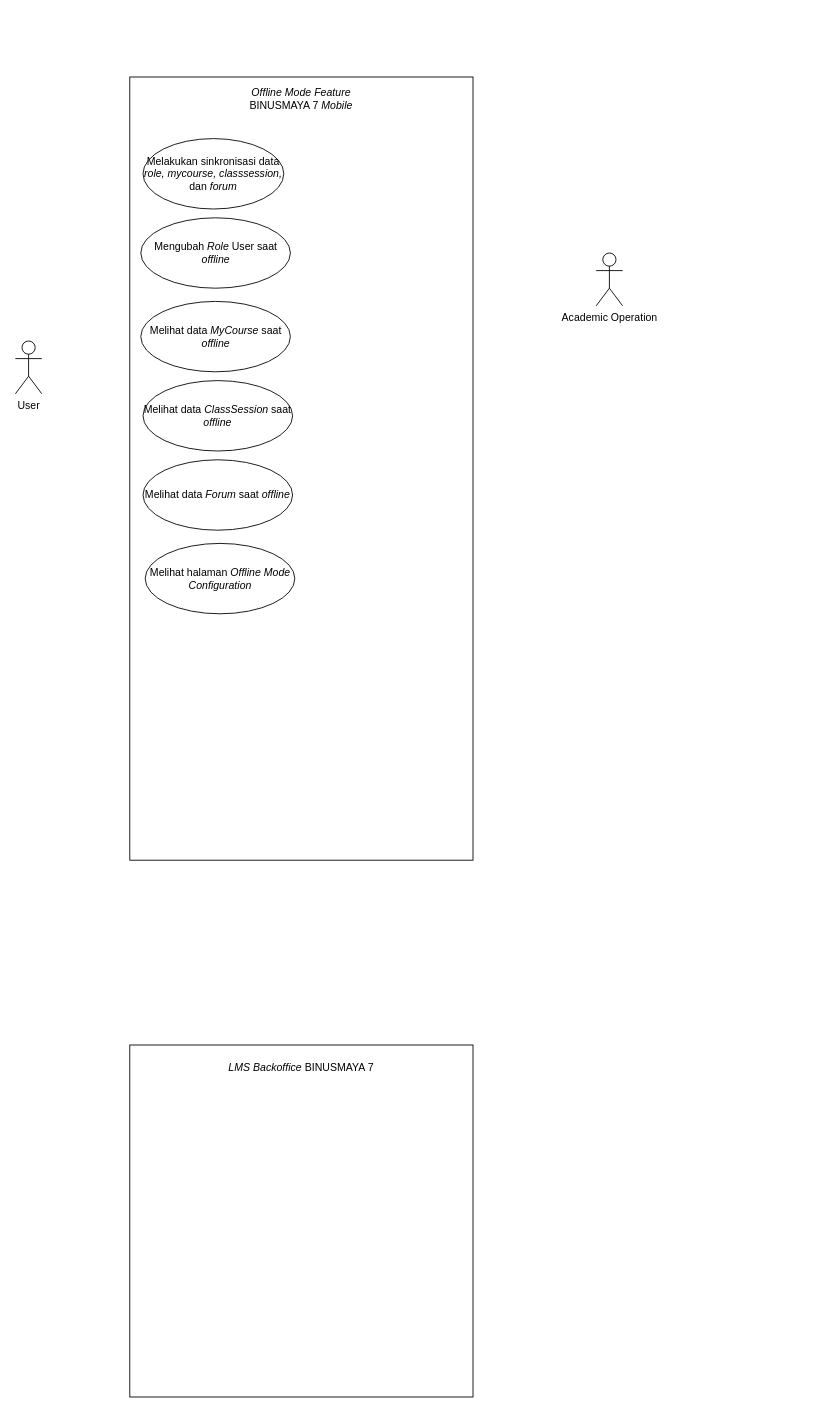
Before: diagrams/UseCase.drawio in angeliawidjaja/offline-mode-paper, a draw.io diagram. Source tidied: cells renumbered, new cells numbered last; positions are measured from the earlier drawing's top-left corner, leaving out a move shared by most shapes. Both pictures are drawn from the tidied source at 88%, with x=0, y=0 at pixel (15, 77).
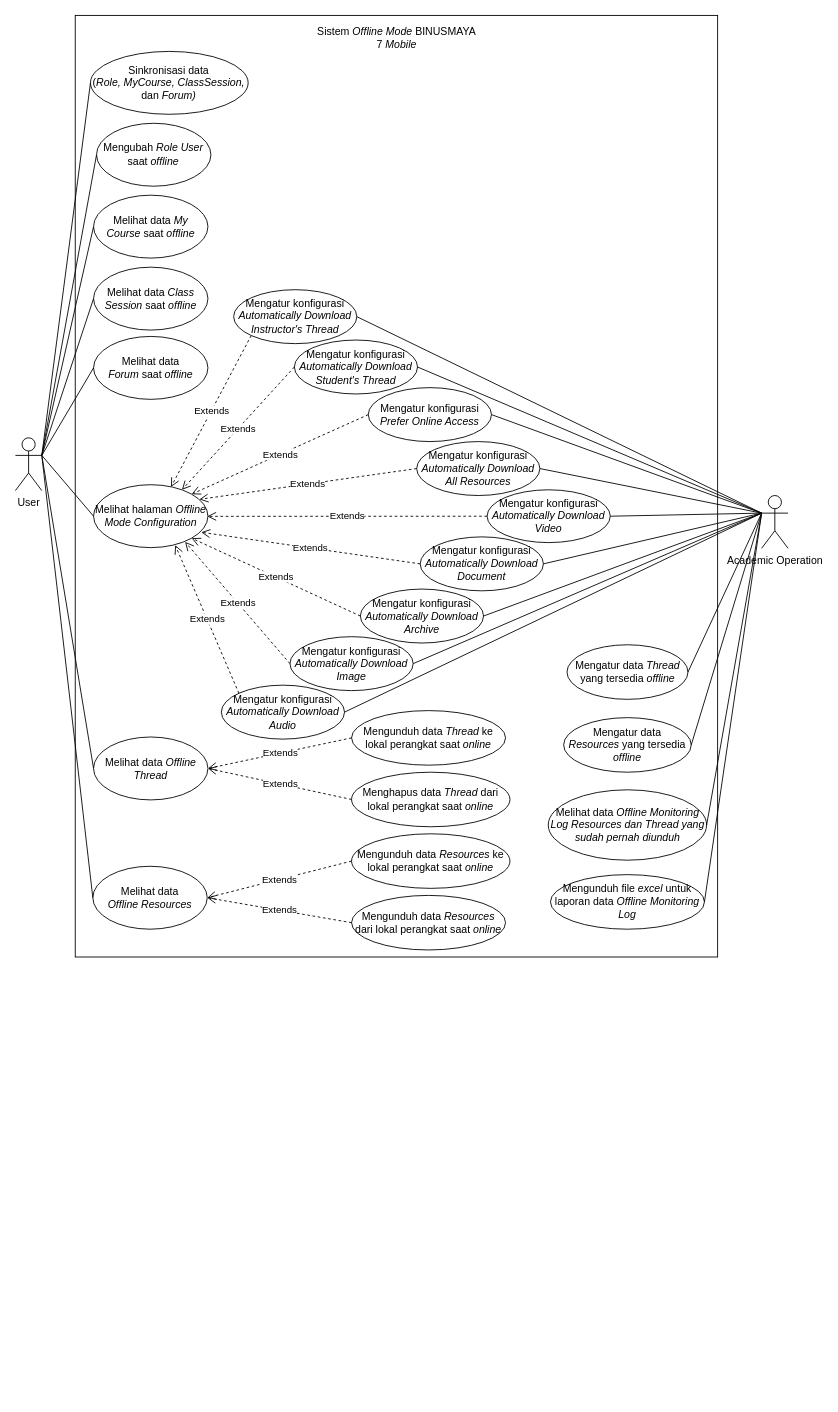
The same page after the edit.

The edit, as a diff of the source:
```diff
@@
     <mxCell id="2" value="User" style="shape=umlActor;verticalLabelPosition=bottom;verticalAlign=top;html=1;outlineConnect=0;" parent="1" vertex="1">
-      <mxGeometry y="300" width="30" height="60" as="geometry" />
+      <mxGeometry y="410" width="30" height="60" as="geometry" />
     </mxCell>
     <mxCell id="3" style="group;" parent="1" vertex="1">
-      <mxGeometry x="130" width="390" height="890" as="geometry" />
+      <mxGeometry x="68" y="-70" width="840" height="1070" as="geometry" />
     </mxCell>
-    <mxCell id="4" style="rounded=0;whiteSpace=wrap;html=1;" parent="3" vertex="1">
-      <mxGeometry width="390" height="890" as="geometry" />
+    <mxCell id="4" style="rounded=0;whiteSpace=wrap;html=1;flipH=1;" parent="3" vertex="1">
+      <mxGeometry width="730" height="1070" as="geometry" />
     </mxCell>
-    <mxCell id="5" value="&lt;i&gt;Offline Mode Feature &lt;/i&gt;BINUSMAYA 7 &lt;i&gt;Mobile&lt;/i&gt;" style="text;html=1;strokeColor=none;fillColor=none;align=center;verticalAlign=middle;whiteSpace=wrap;rounded=0;" parent="3" vertex="1">
-      <mxGeometry x="129" width="132" height="50" as="geometry" />
-    </mxCell>
-    <mxCell id="6" value="Melakukan sinkronisasi data &lt;i&gt;role, mycourse, classsession, &lt;/i&gt;dan&lt;i&gt;&amp;nbsp;forum&lt;/i&gt;" style="ellipse;whiteSpace=wrap;html=1;" parent="3" vertex="1">
-      <mxGeometry x="15" y="70" width="160" height="80" as="geometry" />
+    <mxCell id="6" value="Sinkronisasi data &lt;br&gt;(&lt;i&gt;Role, MyCourse, ClassSession, &lt;/i&gt;dan&lt;i&gt;&amp;nbsp;Forum)&lt;/i&gt;" style="ellipse;whiteSpace=wrap;html=1;" parent="3" vertex="1">
+      <mxGeometry x="17.3" y="40.9" width="179.2" height="71.5" as="geometry" />
     </mxCell>
     <mxCell id="7" value="Melihat halaman &lt;i&gt;Offline Mode Configuration&lt;/i&gt;" style="ellipse;whiteSpace=wrap;html=1;" parent="3" vertex="1">
-      <mxGeometry x="17.5" y="530" width="170" height="80" as="geometry" />
+      <mxGeometry x="20.8" y="533.3" width="130" height="71.5" as="geometry" />
     </mxCell>
-    <mxCell id="8" value="Mengubah &lt;i&gt;Role&lt;/i&gt;&amp;nbsp;User saat &lt;i&gt;offline&lt;/i&gt;" style="ellipse;whiteSpace=wrap;html=1;" parent="3" vertex="1">
-      <mxGeometry x="12.5" y="160" width="170" height="80" as="geometry" />
+    <mxCell id="8" value="Mengubah &lt;i&gt;Role&lt;/i&gt;&amp;nbsp;&lt;i&gt;User &lt;/i&gt;saat &lt;i&gt;offline&lt;/i&gt;" style="ellipse;whiteSpace=wrap;html=1;" parent="3" vertex="1">
+      <mxGeometry x="24.2" y="122.6" width="130" height="71.5" as="geometry" />
     </mxCell>
-    <mxCell id="9" value="Melihat data &lt;i&gt;MyCourse&amp;nbsp;&lt;/i&gt;saat &lt;i&gt;offline&lt;/i&gt;" style="ellipse;whiteSpace=wrap;html=1;" parent="3" vertex="1">
-      <mxGeometry x="12.5" y="255" width="170" height="80" as="geometry" />
+    <mxCell id="9" value="Melihat data &lt;i&gt;My Course&amp;nbsp;&lt;/i&gt;saat &lt;i&gt;offline&lt;/i&gt;" style="ellipse;whiteSpace=wrap;html=1;" parent="3" vertex="1">
+      <mxGeometry x="20.8" y="204.3" width="130" height="71.5" as="geometry" />
     </mxCell>
-    <mxCell id="10" value="Melihat data &lt;i&gt;ClassSession&amp;nbsp;&lt;/i&gt;saat &lt;i&gt;offline&lt;/i&gt;" style="ellipse;whiteSpace=wrap;html=1;" parent="3" vertex="1">
-      <mxGeometry x="15" y="345" width="170" height="80" as="geometry" />
+    <mxCell id="10" value="Melihat data &lt;i&gt;Class Session&amp;nbsp;&lt;/i&gt;saat &lt;i&gt;offline&lt;/i&gt;" style="ellipse;whiteSpace=wrap;html=1;" parent="3" vertex="1">
+      <mxGeometry x="20.8" y="286.1" width="130" height="71.5" as="geometry" />
     </mxCell>
     <mxCell id="11" value="Melihat data &lt;i&gt;Forum&amp;nbsp;&lt;/i&gt;saat &lt;i&gt;offline&lt;/i&gt;" style="ellipse;whiteSpace=wrap;html=1;" parent="3" vertex="1">
-      <mxGeometry x="15" y="435" width="170" height="80" as="geometry" />
+      <mxGeometry x="20.8" y="364.8" width="130" height="71.5" as="geometry" />
     </mxCell>
-    <mxCell id="12" style="group;" parent="1" vertex="1">
-      <mxGeometry x="130" y="1100" width="390" height="400" as="geometry" />
-    </mxCell>
-    <mxCell id="13" style="rounded=0;whiteSpace=wrap;html=1;" parent="12" vertex="1">
-      <mxGeometry width="390" height="400" as="geometry" />
-    </mxCell>
-    <mxCell id="14" value="&lt;i&gt;LMS Backoffice &lt;/i&gt;BINUSMAYA 7" style="text;html=1;strokeColor=none;fillColor=none;align=center;verticalAlign=middle;whiteSpace=wrap;rounded=0;" parent="12" vertex="1">
-      <mxGeometry x="107.2" width="175.5" height="52.2" as="geometry" />
-    </mxCell>
+    <mxCell id="16" value="Melihat data &lt;i&gt;Offline Thread&lt;/i&gt;" style="ellipse;whiteSpace=wrap;html=1;" parent="3" vertex="1">
+      <mxGeometry x="20.8" y="820" width="130" height="71.5" as="geometry" />
+    </mxCell>
+    <mxCell id="17" value="Melihat data &lt;i&gt;Offline&amp;nbsp;Resources&lt;/i&gt;" style="ellipse;whiteSpace=wrap;html=1;" parent="3" vertex="1">
+      <mxGeometry x="20" y="966.9" width="130" height="71.5" as="geometry" />
+    </mxCell>
+    <mxCell id="18" value="Mengatur konfigurasi &lt;i&gt;Automatically Download Instructor's Thread&lt;/i&gt;" style="ellipse;whiteSpace=wrap;html=1;" parent="3" vertex="1">
+      <mxGeometry x="180" y="311.7" width="140" height="61.3" as="geometry" />
+    </mxCell>
+    <mxCell id="19" value="Mengatur konfigurasi &lt;i&gt;Automatically Download Student's Thread&lt;/i&gt;" style="ellipse;whiteSpace=wrap;html=1;" parent="3" vertex="1">
+      <mxGeometry x="249" y="368.9" width="140" height="61.3" as="geometry" />
+    </mxCell>
+    <mxCell id="20" value="Mengatur konfigurasi &lt;i&gt;Automatically Download All Resources&lt;/i&gt;" style="ellipse;whiteSpace=wrap;html=1;" parent="3" vertex="1">
+      <mxGeometry x="388" y="484.3" width="140" height="61.3" as="geometry" />
+    </mxCell>
+    <mxCell id="21" value="Mengatur konfigurasi &lt;i&gt;Prefer Online Access&lt;/i&gt;" style="ellipse;whiteSpace=wrap;html=1;" parent="3" vertex="1">
+      <mxGeometry x="333" y="423" width="140" height="61.3" as="geometry" />
+    </mxCell>
+    <mxCell id="22" value="Mengatur konfigurasi &lt;i&gt;Automatically Download Archive&lt;/i&gt;" style="ellipse;whiteSpace=wrap;html=1;" parent="3" vertex="1">
+      <mxGeometry x="324" y="651.9" width="140" height="61.3" as="geometry" />
+    </mxCell>
+    <mxCell id="23" value="Mengatur konfigurasi &lt;i&gt;Automatically Download Document&lt;/i&gt;" style="ellipse;whiteSpace=wrap;html=1;" parent="3" vertex="1">
+      <mxGeometry x="392" y="592.6" width="140" height="61.3" as="geometry" />
+    </mxCell>
+    <mxCell id="24" value="Mengatur konfigurasi &lt;i&gt;Automatically Download Image&lt;/i&gt;" style="ellipse;whiteSpace=wrap;html=1;" parent="3" vertex="1">
+      <mxGeometry x="244" y="706" width="140" height="61.3" as="geometry" />
+    </mxCell>
+    <mxCell id="25" value="Mengatur konfigurasi &lt;i&gt;Automatically Download Audio&lt;/i&gt;" style="ellipse;whiteSpace=wrap;html=1;" parent="3" vertex="1">
+      <mxGeometry x="166" y="761.1" width="140" height="61.3" as="geometry" />
+    </mxCell>
+    <mxCell id="26" value="Extends" style="endArrow=open;endSize=8;endFill=0;html=1;rounded=0;dashed=1;exitX=0;exitY=1;exitDx=0;exitDy=0;strokeWidth=1;entryX=0.677;entryY=0.036;entryDx=0;entryDy=0;entryPerimeter=0;" parent="3" edge="1" source="18" target="7">
+      <mxGeometry relative="1" as="geometry" />
+    </mxCell>
+    <mxCell id="27" value="Extends" style="endArrow=open;endSize=8;endFill=0;html=1;rounded=0;dashed=1;exitX=0;exitY=0.5;exitDx=0;exitDy=0;entryX=0.773;entryY=0.081;entryDx=0;entryDy=0;strokeWidth=1;entryPerimeter=0;" parent="3" edge="1" source="19" target="7">
+      <mxGeometry relative="1" as="geometry" />
+    </mxCell>
+    <mxCell id="28" value="Extends" style="endArrow=open;endSize=8;endFill=0;html=1;rounded=0;dashed=1;exitX=0;exitY=0.5;exitDx=0;exitDy=0;entryX=1;entryY=0;entryDx=0;entryDy=0;strokeWidth=1;" parent="3" edge="1" source="21" target="7">
+      <mxGeometry relative="1" as="geometry" />
+    </mxCell>
+    <mxCell id="29" value="Extends" style="endArrow=open;endSize=8;endFill=0;html=1;rounded=0;dashed=1;exitX=0;exitY=0.5;exitDx=0;exitDy=0;entryX=0.925;entryY=0.233;entryDx=0;entryDy=0;strokeWidth=1;entryPerimeter=0;" parent="3" edge="1" source="20" target="7">
+      <mxGeometry relative="1" as="geometry" />
+    </mxCell>
+    <mxCell id="30" value="Extends" style="endArrow=open;endSize=8;endFill=0;html=1;rounded=0;dashed=1;exitX=0;exitY=0.5;exitDx=0;exitDy=0;entryX=0.941;entryY=0.756;entryDx=0;entryDy=0;strokeWidth=1;entryPerimeter=0;" parent="3" edge="1" source="23" target="7">
+      <mxGeometry relative="1" as="geometry" />
+    </mxCell>
+    <mxCell id="31" value="Extends" style="endArrow=open;endSize=8;endFill=0;html=1;rounded=0;dashed=1;exitX=0;exitY=0.5;exitDx=0;exitDy=0;entryX=1;entryY=1;entryDx=0;entryDy=0;strokeWidth=1;" parent="3" edge="1" source="22" target="7">
+      <mxGeometry relative="1" as="geometry" />
+    </mxCell>
+    <mxCell id="32" value="Extends" style="endArrow=open;endSize=8;endFill=0;html=1;rounded=0;dashed=1;exitX=0;exitY=0.5;exitDx=0;exitDy=0;entryX=0.8;entryY=0.908;entryDx=0;entryDy=0;strokeWidth=1;entryPerimeter=0;" parent="3" edge="1" source="24" target="7">
+      <mxGeometry relative="1" as="geometry" />
+    </mxCell>
+    <mxCell id="33" value="Extends" style="endArrow=open;endSize=8;endFill=0;html=1;rounded=0;dashed=1;exitX=0;exitY=0;exitDx=0;exitDy=0;entryX=0.714;entryY=0.96;entryDx=0;entryDy=0;strokeWidth=1;entryPerimeter=0;" parent="3" edge="1" source="25" target="7">
+      <mxGeometry relative="1" as="geometry" />
+    </mxCell>
+    <mxCell id="34" value="Mengatur konfigurasi &lt;i&gt;Automatically Download Video&lt;/i&gt;" style="ellipse;whiteSpace=wrap;html=1;" parent="3" vertex="1">
+      <mxGeometry x="468" y="539.1" width="140" height="60" as="geometry" />
+    </mxCell>
+    <mxCell id="35" value="Extends" style="endArrow=open;endSize=8;endFill=0;html=1;rounded=0;dashed=1;exitX=0;exitY=0.5;exitDx=0;exitDy=0;entryX=0.994;entryY=0.503;entryDx=0;entryDy=0;strokeWidth=1;entryPerimeter=0;" parent="3" edge="1" source="34" target="7">
+      <mxGeometry relative="1" as="geometry" />
+    </mxCell>
+    <mxCell id="36" value="Mengunduh data &lt;i&gt;Thread &lt;/i&gt;ke lokal perangkat saat &lt;i&gt;online&lt;/i&gt;" style="ellipse;whiteSpace=wrap;html=1;" parent="3" vertex="1">
+      <mxGeometry x="314" y="790" width="175" height="62" as="geometry" />
+    </mxCell>
+    <mxCell id="37" value="Mengunduh data &lt;i&gt;Resources &lt;/i&gt;ke lokal perangkat saat &lt;i&gt;online&lt;/i&gt;" style="ellipse;whiteSpace=wrap;html=1;" parent="3" vertex="1">
+      <mxGeometry x="314" y="930" width="180" height="62" as="geometry" />
+    </mxCell>
+    <mxCell id="38" value="Menghapus data &lt;i&gt;Thread &lt;/i&gt;dari lokal perangkat saat &lt;i&gt;online&lt;/i&gt;" style="ellipse;whiteSpace=wrap;html=1;" parent="3" vertex="1">
+      <mxGeometry x="314" y="860" width="180" height="62" as="geometry" />
+    </mxCell>
+    <mxCell id="39" value="Extends" style="endArrow=open;endSize=8;endFill=0;html=1;rounded=0;dashed=1;exitX=0;exitY=0.5;exitDx=0;exitDy=0;entryX=1;entryY=0.5;entryDx=0;entryDy=0;strokeWidth=1;" parent="3" edge="1" source="36" target="16">
+      <mxGeometry relative="1" as="geometry" />
+    </mxCell>
+    <mxCell id="40" value="Extends" style="endArrow=open;endSize=8;endFill=0;html=1;rounded=0;dashed=1;exitX=0;exitY=0.5;exitDx=0;exitDy=0;entryX=1;entryY=0.5;entryDx=0;entryDy=0;strokeWidth=1;" parent="3" edge="1" source="38" target="16">
+      <mxGeometry relative="1" as="geometry" />
+    </mxCell>
+    <mxCell id="41" value="Mengunduh data &lt;i&gt;Resources &lt;/i&gt;dari lokal perangkat saat &lt;i&gt;online&lt;/i&gt;" style="ellipse;whiteSpace=wrap;html=1;" parent="3" vertex="1">
+      <mxGeometry x="314" y="1000" width="175" height="62" as="geometry" />
+    </mxCell>
+    <mxCell id="42" value="Extends" style="endArrow=open;endSize=8;endFill=0;html=1;rounded=0;dashed=1;exitX=0;exitY=0.5;exitDx=0;exitDy=0;entryX=1;entryY=0.5;entryDx=0;entryDy=0;strokeWidth=1;" parent="3" edge="1" source="37" target="17">
+      <mxGeometry relative="1" as="geometry" />
+    </mxCell>
+    <mxCell id="43" value="Extends" style="endArrow=open;endSize=8;endFill=0;html=1;rounded=0;dashed=1;exitX=0;exitY=0.5;exitDx=0;exitDy=0;entryX=1;entryY=0.5;entryDx=0;entryDy=0;strokeWidth=1;" parent="3" edge="1" source="41" target="17">
+      <mxGeometry relative="1" as="geometry" />
+    </mxCell>
+    <mxCell id="44" value="Mengatur data &lt;i&gt;Thread &lt;/i&gt;yang tersedia &lt;i&gt;offline&lt;/i&gt;" style="ellipse;whiteSpace=wrap;html=1;" parent="3" vertex="1">
+      <mxGeometry x="558.8" y="715.2" width="137.5" height="62" as="geometry" />
+    </mxCell>
+    <mxCell id="45" value="Mengatur data &lt;i&gt;Resources&amp;nbsp;&lt;/i&gt;yang tersedia &lt;i&gt;offline&lt;/i&gt;" style="ellipse;whiteSpace=wrap;html=1;" parent="3" vertex="1">
+      <mxGeometry x="555" y="798" width="145" height="62" as="geometry" />
+    </mxCell>
+    <mxCell id="46" value="Melihat data &lt;i&gt;Offline Monitoring Log Resources dan Thread yang sudah pernah diunduh&lt;/i&gt;" style="ellipse;whiteSpace=wrap;html=1;" parent="3" vertex="1">
+      <mxGeometry x="537.5" y="880" width="180" height="80" as="geometry" />
+    </mxCell>
+    <mxCell id="47" value="Mengunduh file &lt;i&gt;excel&lt;/i&gt;&amp;nbsp;untuk laporan data &lt;i&gt;Offline Monitoring Log&lt;/i&gt;" style="ellipse;whiteSpace=wrap;html=1;" parent="3" vertex="1">
+      <mxGeometry x="540" y="976.4" width="175" height="62" as="geometry" />
+    </mxCell>
-    <mxCell id="15" value="Academic Operation" style="shape=umlActor;verticalLabelPosition=bottom;verticalAlign=top;html=1;outlineConnect=0;" parent="1" vertex="1">
-      <mxGeometry x="660" y="200" width="30" height="60" as="geometry" />
+    <mxCell id="15" value="Academic Operation" style="shape=umlActor;verticalLabelPosition=bottom;verticalAlign=top;html=1;outlineConnect=0;" parent="3" vertex="1">
+      <mxGeometry x="780" y="545.6" width="30" height="60" as="geometry" />
     </mxCell>
+    <mxCell id="48" style="edgeStyle=none;rounded=0;jettySize=auto;html=1;exitX=0;exitY=0.3333333333333333;exitDx=0;exitDy=0;exitPerimeter=0;entryX=1;entryY=0.5;entryDx=0;entryDy=0;endArrow=none;endFill=0;" parent="3" edge="1" source="15" target="18">
+      <mxGeometry relative="1" as="geometry" />
+    </mxCell>
+    <mxCell id="49" style="edgeStyle=none;rounded=0;jettySize=auto;html=1;entryX=1;entryY=0.5;entryDx=0;entryDy=0;endArrow=none;endFill=0;exitX=0;exitY=0.3333333333333333;exitDx=0;exitDy=0;exitPerimeter=0;" parent="3" edge="1" source="15" target="19">
+      <mxGeometry relative="1" as="geometry" />
+    </mxCell>
+    <mxCell id="50" style="edgeStyle=none;rounded=0;jettySize=auto;html=1;entryX=1;entryY=0.5;entryDx=0;entryDy=0;endArrow=none;endFill=0;exitX=0;exitY=0.3333333333333333;exitDx=0;exitDy=0;exitPerimeter=0;" parent="3" edge="1" source="15" target="21">
+      <mxGeometry relative="1" as="geometry" />
+    </mxCell>
+    <mxCell id="51" style="edgeStyle=none;rounded=0;jettySize=auto;html=1;entryX=1;entryY=0.5;entryDx=0;entryDy=0;endArrow=none;endFill=0;exitX=0;exitY=0.3333333333333333;exitDx=0;exitDy=0;exitPerimeter=0;" parent="3" edge="1" source="15" target="20">
+      <mxGeometry relative="1" as="geometry" />
+    </mxCell>
+    <mxCell id="52" style="edgeStyle=none;rounded=0;jettySize=auto;html=1;entryX=1;entryY=0.5;entryDx=0;entryDy=0;endArrow=none;endFill=0;exitX=0;exitY=0.3333333333333333;exitDx=0;exitDy=0;exitPerimeter=0;" parent="3" edge="1" source="15" target="34">
+      <mxGeometry relative="1" as="geometry" />
+    </mxCell>
+    <mxCell id="53" style="edgeStyle=none;rounded=0;jettySize=auto;html=1;entryX=1;entryY=0.5;entryDx=0;entryDy=0;endArrow=none;endFill=0;exitX=0;exitY=0.3333333333333333;exitDx=0;exitDy=0;exitPerimeter=0;" parent="3" edge="1" source="15" target="23">
+      <mxGeometry relative="1" as="geometry" />
+    </mxCell>
+    <mxCell id="54" style="edgeStyle=none;rounded=0;jettySize=auto;html=1;entryX=1;entryY=0.5;entryDx=0;entryDy=0;endArrow=none;endFill=0;exitX=0;exitY=0.3333333333333333;exitDx=0;exitDy=0;exitPerimeter=0;" parent="3" edge="1" source="15" target="22">
+      <mxGeometry relative="1" as="geometry" />
+    </mxCell>
+    <mxCell id="55" style="edgeStyle=none;rounded=0;jettySize=auto;html=1;entryX=1;entryY=0.5;entryDx=0;entryDy=0;endArrow=none;endFill=0;exitX=0;exitY=0.3333333333333333;exitDx=0;exitDy=0;exitPerimeter=0;" parent="3" edge="1" source="15" target="24">
+      <mxGeometry relative="1" as="geometry" />
+    </mxCell>
+    <mxCell id="56" style="edgeStyle=none;rounded=0;jettySize=auto;html=1;entryX=1;entryY=0.5;entryDx=0;entryDy=0;endArrow=none;endFill=0;exitX=0;exitY=0.3333333333333333;exitDx=0;exitDy=0;exitPerimeter=0;" parent="3" edge="1" source="15" target="25">
+      <mxGeometry relative="1" as="geometry" />
+    </mxCell>
+    <mxCell id="57" style="edgeStyle=none;rounded=0;jettySize=auto;html=1;entryX=1;entryY=0.5;entryDx=0;entryDy=0;endArrow=none;endFill=0;exitX=0;exitY=0.3333333333333333;exitDx=0;exitDy=0;exitPerimeter=0;" parent="3" edge="1" source="15" target="45">
+      <mxGeometry relative="1" as="geometry" />
+    </mxCell>
+    <mxCell id="58" style="edgeStyle=none;rounded=0;jettySize=auto;html=1;entryX=1;entryY=0.5;entryDx=0;entryDy=0;endArrow=none;endFill=0;exitX=0;exitY=0.3333333333333333;exitDx=0;exitDy=0;exitPerimeter=0;" parent="3" edge="1" source="15" target="47">
+      <mxGeometry relative="1" as="geometry" />
+    </mxCell>
+    <mxCell id="59" style="edgeStyle=none;rounded=0;jettySize=auto;html=1;entryX=1;entryY=0.5;entryDx=0;entryDy=0;endArrow=none;endFill=0;exitX=0;exitY=0.3333333333333333;exitDx=0;exitDy=0;exitPerimeter=0;" parent="3" edge="1" source="15" target="46">
+      <mxGeometry relative="1" as="geometry" />
+    </mxCell>
+    <mxCell id="60" style="edgeStyle=none;rounded=0;jettySize=auto;html=1;entryX=1;entryY=0.5;entryDx=0;entryDy=0;endArrow=none;endFill=0;exitX=0;exitY=0.3333333333333333;exitDx=0;exitDy=0;exitPerimeter=0;" parent="3" edge="1" source="15" target="44">
+      <mxGeometry relative="1" as="geometry" />
+    </mxCell>
+    <mxCell id="5" value="Sistem&lt;i&gt; Offline Mode &lt;/i&gt;BINUSMAYA 7 &lt;i&gt;Mobile&lt;/i&gt;" style="text;html=1;strokeColor=none;fillColor=none;align=center;verticalAlign=middle;whiteSpace=wrap;rounded=0;flipH=1;" parent="3" vertex="1">
+      <mxGeometry x="273.6" width="182.8" height="51.1" as="geometry" />
+    </mxCell>
+    <mxCell id="61" style="rounded=0;jettySize=auto;html=1;exitX=1;exitY=0.3333333333333333;exitDx=0;exitDy=0;exitPerimeter=0;entryX=0;entryY=0.5;entryDx=0;entryDy=0;endArrow=none;endFill=0;" parent="1" edge="1" source="2" target="6">
+      <mxGeometry relative="1" as="geometry" />
+    </mxCell>
+    <mxCell id="62" style="edgeStyle=none;rounded=0;jettySize=auto;html=1;exitX=1;exitY=0.3333333333333333;exitDx=0;exitDy=0;exitPerimeter=0;entryX=0;entryY=0.5;entryDx=0;entryDy=0;endArrow=none;endFill=0;" parent="1" edge="1" source="2" target="8">
+      <mxGeometry relative="1" as="geometry" />
+    </mxCell>
+    <mxCell id="63" style="edgeStyle=none;rounded=0;jettySize=auto;html=1;exitX=1;exitY=0.3333333333333333;exitDx=0;exitDy=0;exitPerimeter=0;entryX=0;entryY=0.5;entryDx=0;entryDy=0;endArrow=none;endFill=0;" parent="1" edge="1" source="2" target="10">
+      <mxGeometry relative="1" as="geometry" />
+    </mxCell>
+    <mxCell id="64" style="edgeStyle=none;rounded=0;jettySize=auto;html=1;exitX=1;exitY=0.3333333333333333;exitDx=0;exitDy=0;exitPerimeter=0;entryX=0;entryY=0.5;entryDx=0;entryDy=0;endArrow=none;endFill=0;" parent="1" edge="1" source="2" target="9">
+      <mxGeometry relative="1" as="geometry" />
+    </mxCell>
+    <mxCell id="65" style="edgeStyle=none;rounded=0;jettySize=auto;html=1;exitX=1;exitY=0.3333333333333333;exitDx=0;exitDy=0;exitPerimeter=0;entryX=0;entryY=0.5;entryDx=0;entryDy=0;endArrow=none;endFill=0;" parent="1" edge="1" source="2" target="11">
+      <mxGeometry relative="1" as="geometry" />
+    </mxCell>
+    <mxCell id="66" style="edgeStyle=none;rounded=0;jettySize=auto;html=1;exitX=1;exitY=0.3333333333333333;exitDx=0;exitDy=0;exitPerimeter=0;entryX=0;entryY=0.5;entryDx=0;entryDy=0;endArrow=none;endFill=0;" parent="1" edge="1" source="2" target="16">
+      <mxGeometry relative="1" as="geometry" />
+    </mxCell>
+    <mxCell id="67" style="edgeStyle=none;rounded=0;jettySize=auto;html=1;exitX=1;exitY=0.3333333333333333;exitDx=0;exitDy=0;exitPerimeter=0;entryX=0;entryY=0.5;entryDx=0;entryDy=0;endArrow=none;endFill=0;" parent="1" edge="1" source="2" target="7">
+      <mxGeometry relative="1" as="geometry" />
+    </mxCell>
+    <mxCell id="68" style="edgeStyle=none;rounded=0;jettySize=auto;html=1;exitX=1;exitY=0.3333333333333333;exitDx=0;exitDy=0;exitPerimeter=0;entryX=0;entryY=0.5;entryDx=0;entryDy=0;endArrow=none;endFill=0;" parent="1" edge="1" source="2" target="17">
+      <mxGeometry relative="1" as="geometry" />
+    </mxCell>
```
